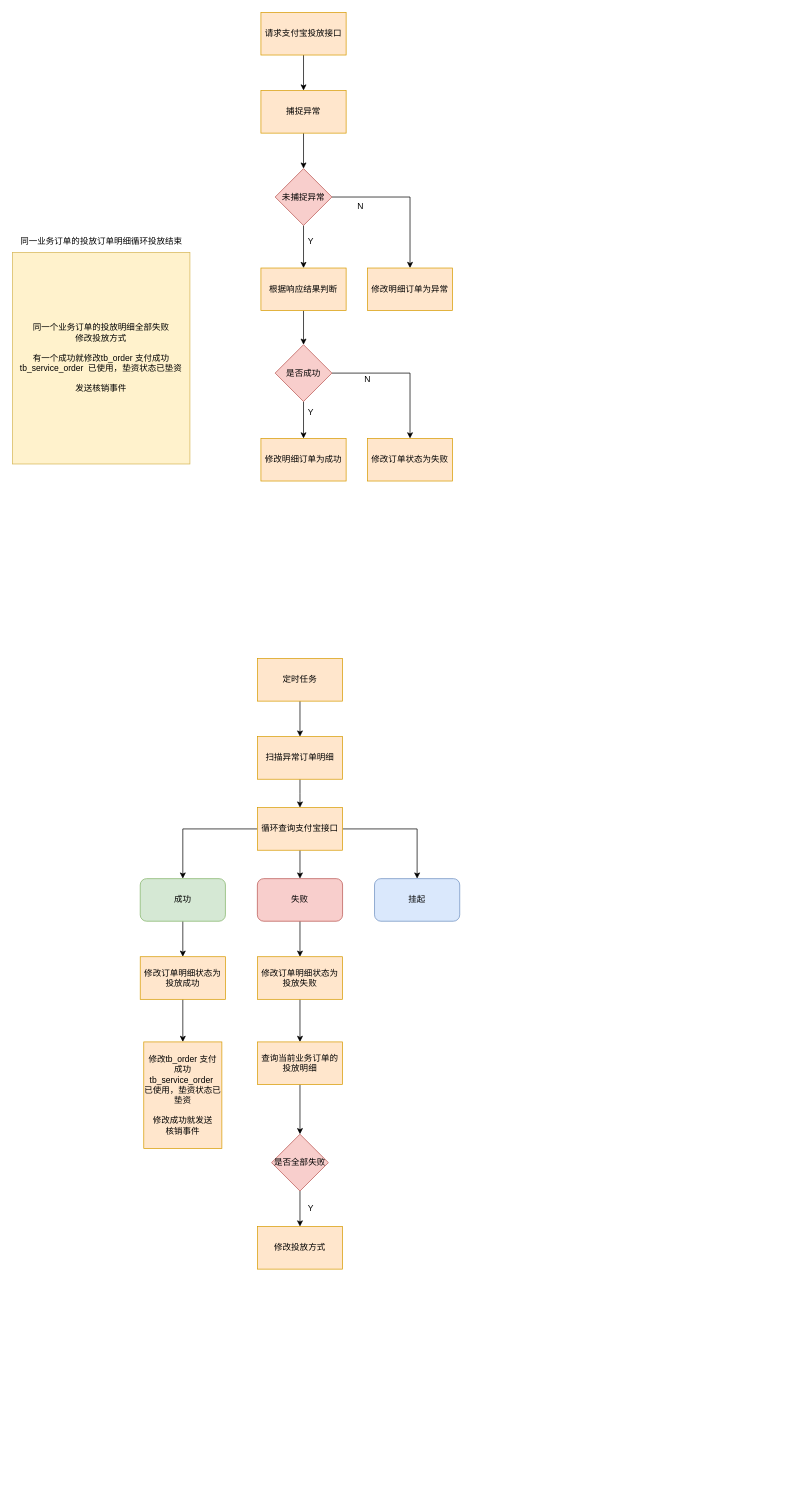
The draw.io diagram 通知.drawio in Jie33/draw, before the edit. Source tidied: cells renumbered, new cells numbered last; positions are measured from the earlier drawing's top-left corner, leaving out a move shared by most shapes. Both pictures are drawn from the tidied source at 71%, with x=0, y=0 at pixel (12, 12).
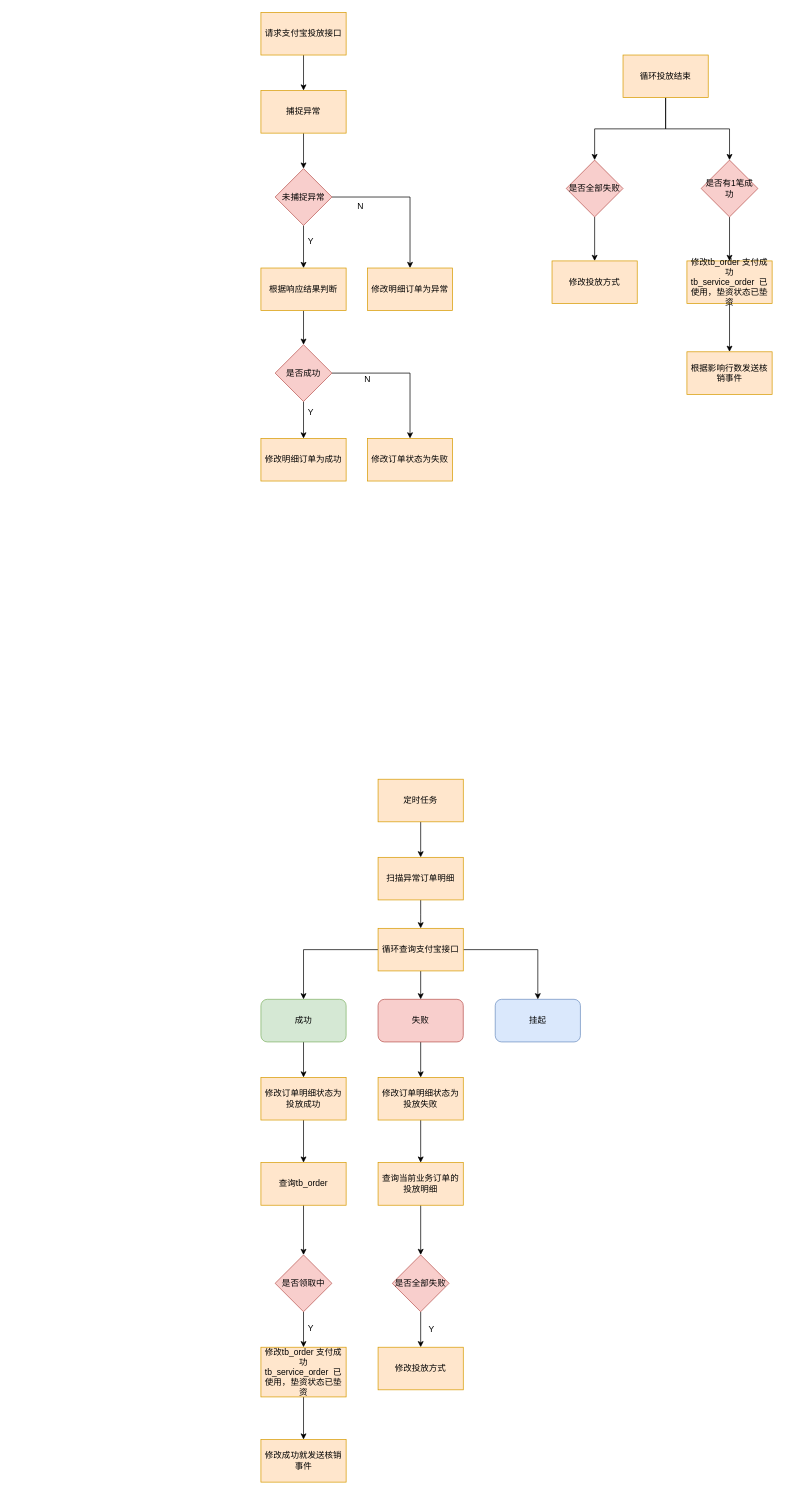
Above is the later version.

Diff of the diagram source:
```diff
@@
     <mxCell id="14" value="定时任务" style="rounded=0;whiteSpace=wrap;html=1;fillColor=#ffe6cc;strokeColor=#d79b00;" parent="1" vertex="1">
-      <mxGeometry x="345" y="910" width="120" height="60" as="geometry" />
+      <mxGeometry x="515" y="1080" width="120" height="60" as="geometry" />
     </mxCell>
     <mxCell id="15" style="edgeStyle=orthogonalEdgeStyle;rounded=0;jettySize=auto;html=1;" parent="1" edge="1" source="16">
       <mxGeometry relative="1" as="geometry">
-        <mxPoint x="405" y="1120" as="targetPoint" />
+        <mxPoint x="575" y="1290" as="targetPoint" />
       </mxGeometry>
     </mxCell>
     <mxCell id="16" value="扫描异常订单明细" style="rounded=0;whiteSpace=wrap;html=1;fillColor=#ffe6cc;strokeColor=#d79b00;" parent="1" vertex="1">
-      <mxGeometry x="345" y="1020" width="120" height="60" as="geometry" />
+      <mxGeometry x="515" y="1190" width="120" height="60" as="geometry" />
     </mxCell>
@@
     <mxCell id="18" value="成功" style="rounded=1;whiteSpace=wrap;html=1;fillColor=#d5e8d4;strokeColor=#82b366;" parent="1" vertex="1">
-      <mxGeometry x="180" y="1220" width="120" height="60" as="geometry" />
+      <mxGeometry x="350" y="1390" width="120" height="60" as="geometry" />
     </mxCell>
@@
     <mxCell id="20" value="失败" style="rounded=1;whiteSpace=wrap;html=1;fillColor=#f8cecc;strokeColor=#b85450;" parent="1" vertex="1">
-      <mxGeometry x="345" y="1220" width="120" height="60" as="geometry" />
+      <mxGeometry x="515" y="1390" width="120" height="60" as="geometry" />
     </mxCell>
     <mxCell id="21" value="挂起" style="rounded=1;whiteSpace=wrap;html=1;fillColor=#dae8fc;strokeColor=#6c8ebf;" parent="1" vertex="1">
-      <mxGeometry x="510" y="1220" width="120" height="60" as="geometry" />
+      <mxGeometry x="680" y="1390" width="120" height="60" as="geometry" />
     </mxCell>
-    <mxCell id="22" style="edgeStyle=orthogonalEdgeStyle;rounded=0;jettySize=auto;html=1;" parent="1" edge="1" source="23" target="36">
-      <mxGeometry relative="1" as="geometry" />
-    </mxCell>
+    <mxCell id="47" style="edgeStyle=orthogonalEdgeStyle;rounded=0;jettySize=auto;html=1;" parent="1" edge="1" source="23" target="62">
+      <mxGeometry relative="1" as="geometry" />
+    </mxCell>
     <mxCell id="23" value="修改订单明细状态为投放成功" style="rounded=0;whiteSpace=wrap;html=1;fillColor=#ffe6cc;strokeColor=#d79b00;" parent="1" vertex="1">
-      <mxGeometry x="180" y="1330" width="120" height="60" as="geometry" />
+      <mxGeometry x="350" y="1500" width="120" height="60" as="geometry" />
     </mxCell>
@@
     <mxCell id="25" value="修改订单明细状态为投放失败" style="rounded=0;whiteSpace=wrap;html=1;fillColor=#ffe6cc;strokeColor=#d79b00;" parent="1" vertex="1">
-      <mxGeometry x="345" y="1330" width="120" height="60" as="geometry" />
+      <mxGeometry x="515" y="1500" width="120" height="60" as="geometry" />
     </mxCell>
@@
     <mxCell id="27" value="查询当前业务订单的投放明细" style="rounded=0;whiteSpace=wrap;html=1;fillColor=#ffe6cc;strokeColor=#d79b00;" parent="1" vertex="1">
-      <mxGeometry x="345" y="1450" width="120" height="60" as="geometry" />
+      <mxGeometry x="515" y="1620" width="120" height="60" as="geometry" />
     </mxCell>
@@
     <mxCell id="29" value="是否全部失败" style="rhombus;whiteSpace=wrap;html=1;fillColor=#f8cecc;strokeColor=#b85450;" parent="1" vertex="1">
-      <mxGeometry x="365" y="1580" width="80" height="80" as="geometry" />
+      <mxGeometry x="535" y="1750" width="80" height="80" as="geometry" />
     </mxCell>
     <mxCell id="30" value="修改投放方式" style="rounded=0;whiteSpace=wrap;html=1;fillColor=#ffe6cc;strokeColor=#d79b00;" parent="1" vertex="1">
-      <mxGeometry x="345" y="1710" width="120" height="60" as="geometry" />
+      <mxGeometry x="515" y="1880" width="120" height="60" as="geometry" />
     </mxCell>
@@
     <mxCell id="34" value="循环查询支付宝接口" style="rounded=0;whiteSpace=wrap;html=1;fillColor=#ffe6cc;strokeColor=#d79b00;" parent="1" vertex="1">
-      <mxGeometry x="345" y="1120" width="120" height="60" as="geometry" />
+      <mxGeometry x="515" y="1290" width="120" height="60" as="geometry" />
     </mxCell>
     <mxCell id="35" value="Y" style="text;html=1;align=center;verticalAlign=middle;strokeColor=none;fillColor=none;" parent="1" vertex="1">
-      <mxGeometry x="405" y="1670" width="30" height="30" as="geometry" />
+      <mxGeometry x="575" y="1840" width="30" height="30" as="geometry" />
     </mxCell>
+    <mxCell id="48" style="edgeStyle=orthogonalEdgeStyle;rounded=0;jettySize=auto;html=1;" parent="1" edge="1" source="36" target="60">
+      <mxGeometry relative="1" as="geometry" />
+    </mxCell>
-    <mxCell id="36" value="修改tb_order 支付成功&lt;div&gt;tb_service_order&amp;nbsp; 已使用，垫资状态已垫资&lt;/div&gt;&lt;div&gt;&lt;br&gt;&lt;/div&gt;&lt;div&gt;修改成功就发送&lt;/div&gt;&lt;div&gt;核销事件&lt;/div&gt;" style="rounded=0;whiteSpace=wrap;html=1;fillColor=#ffe6cc;strokeColor=#d79b00;" parent="1" vertex="1">
-      <mxGeometry x="185" y="1450" width="110" height="150" as="geometry" />
+    <mxCell id="36" value="修改tb_order 支付成功&lt;div&gt;tb_service_order&amp;nbsp; 已使用，垫资状态已垫资&lt;/div&gt;" style="rounded=0;whiteSpace=wrap;html=1;fillColor=#ffe6cc;strokeColor=#d79b00;" parent="1" vertex="1">
+      <mxGeometry x="350" y="1880" width="120" height="70" as="geometry" />
     </mxCell>
-    <mxCell id="37" value="&lt;div&gt;同一个业务订单的投放明细全部失败&lt;div&gt;修改投放方式&lt;/div&gt;&lt;/div&gt;&lt;div&gt;&lt;br&gt;&lt;/div&gt;有一个成功就修改tb_order 支付成功&lt;div&gt;tb_service_order&amp;nbsp; 已使用，垫资状态已垫资&lt;/div&gt;&lt;div&gt;&lt;br&gt;&lt;/div&gt;&lt;div&gt;发送核销事件&lt;/div&gt;" style="rounded=0;whiteSpace=wrap;html=1;fillColor=#fff2cc;strokeColor=#d6b656;" parent="1" vertex="1">
-      <mxGeometry y="338" width="250" height="298" as="geometry" />
-    </mxCell>
-    <mxCell id="38" value="同一业务订单的投放订单明细循环投放结束" style="text;html=1;align=center;verticalAlign=middle;strokeColor=none;fillColor=none;" parent="1" vertex="1">
-      <mxGeometry y="308" width="250" height="30" as="geometry" />
-    </mxCell>
@@
+    <mxCell id="49" style="edgeStyle=orthogonalEdgeStyle;rounded=0;jettySize=auto;html=1;entryX=0.5;entryY=0;entryDx=0;entryDy=0;" parent="1" edge="1" source="51" target="53">
+      <mxGeometry relative="1" as="geometry" />
+    </mxCell>
+    <mxCell id="50" style="edgeStyle=orthogonalEdgeStyle;rounded=0;jettySize=auto;html=1;entryX=0.5;entryY=0;entryDx=0;entryDy=0;" parent="1" edge="1" source="51" target="56">
+      <mxGeometry relative="1" as="geometry" />
+    </mxCell>
+    <mxCell id="51" value="循环投放结束" style="rounded=0;whiteSpace=wrap;html=1;fillColor=#ffe6cc;strokeColor=#d79b00;" parent="1" vertex="1">
+      <mxGeometry x="860" y="60" width="120" height="60" as="geometry" />
+    </mxCell>
+    <mxCell id="52" style="edgeStyle=orthogonalEdgeStyle;rounded=0;jettySize=auto;html=1;" parent="1" edge="1" source="53" target="54">
+      <mxGeometry relative="1" as="geometry" />
+    </mxCell>
+    <mxCell id="53" value="是否全部失败" style="rhombus;whiteSpace=wrap;html=1;fillColor=#f8cecc;strokeColor=#b85450;" parent="1" vertex="1">
+      <mxGeometry x="780" y="208" width="80" height="80" as="geometry" />
+    </mxCell>
+    <mxCell id="54" value="修改投放方式" style="rounded=0;whiteSpace=wrap;html=1;fillColor=#ffe6cc;strokeColor=#d79b00;" parent="1" vertex="1">
+      <mxGeometry x="760" y="350" width="120" height="60" as="geometry" />
+    </mxCell>
+    <mxCell id="55" style="edgeStyle=orthogonalEdgeStyle;rounded=0;jettySize=auto;html=1;" parent="1" edge="1" source="56" target="58">
+      <mxGeometry relative="1" as="geometry" />
+    </mxCell>
+    <mxCell id="56" value="是否有1笔成功" style="rhombus;whiteSpace=wrap;html=1;fillColor=#f8cecc;strokeColor=#b85450;" parent="1" vertex="1">
+      <mxGeometry x="970" y="208" width="80" height="80" as="geometry" />
+    </mxCell>
+    <mxCell id="57" style="edgeStyle=orthogonalEdgeStyle;rounded=0;jettySize=auto;html=1;" parent="1" edge="1" source="58" target="59">
+      <mxGeometry relative="1" as="geometry" />
+    </mxCell>
+    <mxCell id="58" value="修改tb_order 支付成功&lt;div&gt;tb_service_order&amp;nbsp; 已使用，垫资状态已垫资&lt;/div&gt;" style="rounded=0;whiteSpace=wrap;html=1;fillColor=#ffe6cc;strokeColor=#d79b00;" parent="1" vertex="1">
+      <mxGeometry x="950" y="350" width="120" height="60" as="geometry" />
+    </mxCell>
+    <mxCell id="59" value="根据影响行数发送核销事件" style="rounded=0;whiteSpace=wrap;html=1;fillColor=#ffe6cc;strokeColor=#d79b00;" parent="1" vertex="1">
+      <mxGeometry x="950" y="478" width="120" height="60" as="geometry" />
+    </mxCell>
+    <mxCell id="60" value="修改成功就发送核销事件" style="rounded=0;whiteSpace=wrap;html=1;fillColor=#ffe6cc;strokeColor=#d79b00;" parent="1" vertex="1">
+      <mxGeometry x="350" y="2010" width="120" height="60" as="geometry" />
+    </mxCell>
+    <mxCell id="61" style="edgeStyle=orthogonalEdgeStyle;rounded=0;jettySize=auto;html=1;" parent="1" edge="1" source="62" target="64">
+      <mxGeometry relative="1" as="geometry" />
+    </mxCell>
+    <mxCell id="62" value="查询tb_order" style="rounded=0;whiteSpace=wrap;html=1;fillColor=#ffe6cc;strokeColor=#d79b00;" parent="1" vertex="1">
+      <mxGeometry x="350" y="1620" width="120" height="60" as="geometry" />
+    </mxCell>
+    <mxCell id="63" style="edgeStyle=orthogonalEdgeStyle;rounded=0;jettySize=auto;html=1;" parent="1" edge="1" source="64" target="36">
+      <mxGeometry relative="1" as="geometry" />
+    </mxCell>
+    <mxCell id="64" value="是否领取中" style="rhombus;whiteSpace=wrap;html=1;fillColor=#f8cecc;strokeColor=#b85450;" parent="1" vertex="1">
+      <mxGeometry x="370" y="1750" width="80" height="80" as="geometry" />
+    </mxCell>
+    <mxCell id="65" value="Y" style="text;html=1;align=center;verticalAlign=middle;strokeColor=none;fillColor=none;" parent="1" vertex="1">
+      <mxGeometry x="405" y="1838" width="30" height="30" as="geometry" />
+    </mxCell>
```
